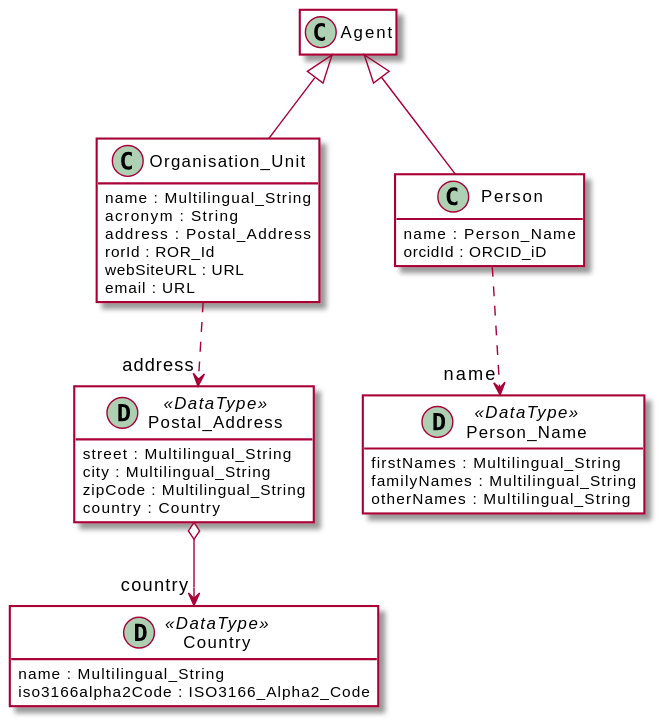
This is diagrams/agent.svg from EuroCRIS/CERIF-Core, a PlantUML export, as it was before one commit.
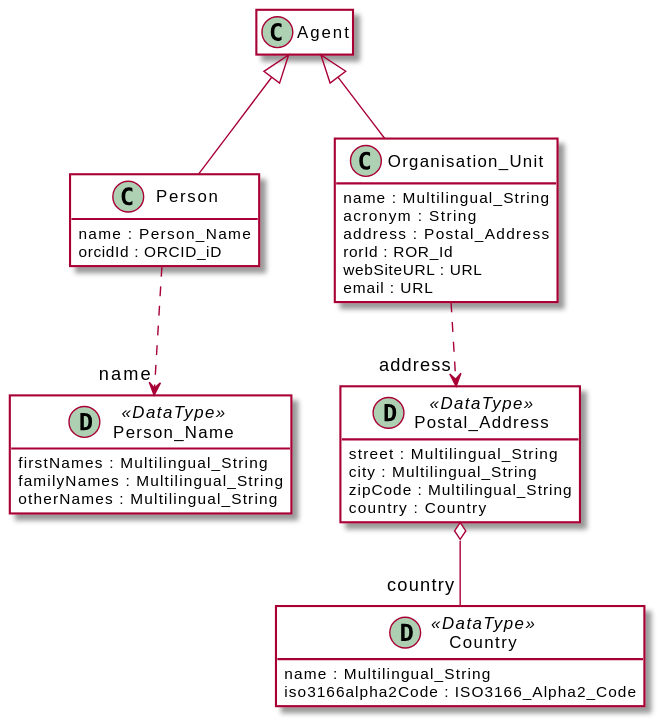
Later version of the same file.

Diff of the diagram source:
```diff
@@ -2,5 +2,8 @@
 
     !includesub core.puml!common
     !includesub core.puml!Agent
+    !includesub core.puml!Person
+    !includesub core.puml!OrgUnit
+    !includesub core.puml!PostalAddress
 
 @enduml
```
